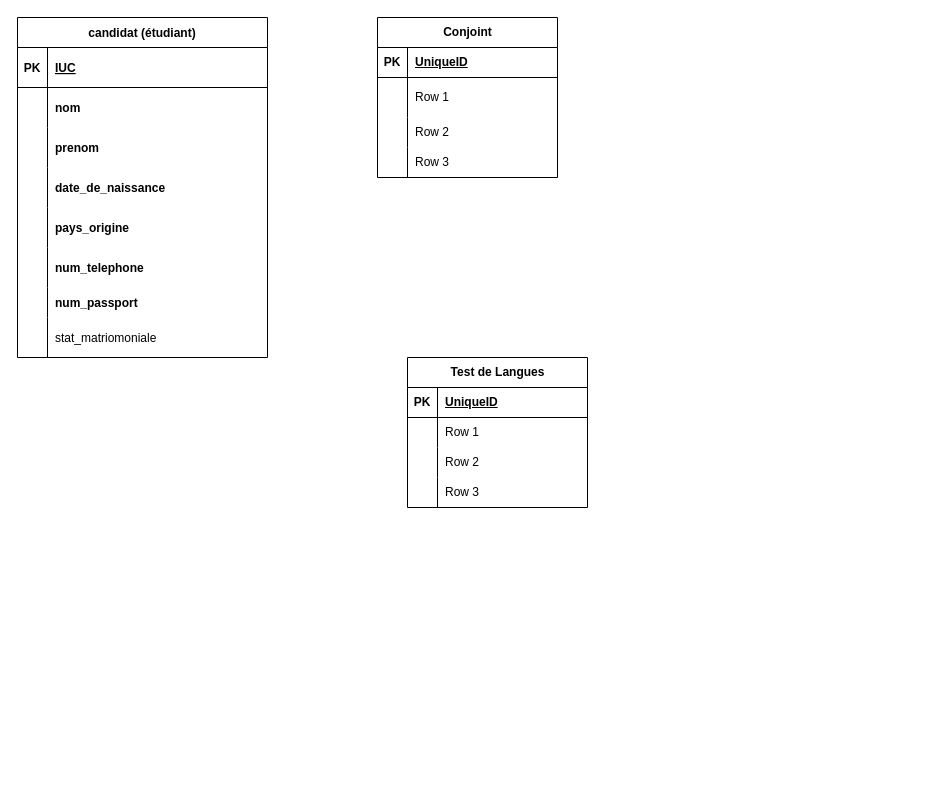
This is page "modèle relationelle" (2 of 2) of examen_mi_session/nikos_examen_mi_session.drawio from XxDxrkened/2079268_examen_mi_session, a draw.io file, before an edit. Source tidied: cells renumbered, new cells numbered last; positions are measured from the earlier drawing's top-left corner, leaving out a move shared by most shapes. Both pictures are drawn from the tidied source at 100%, with x=0, y=0 at pixel (17, 17).
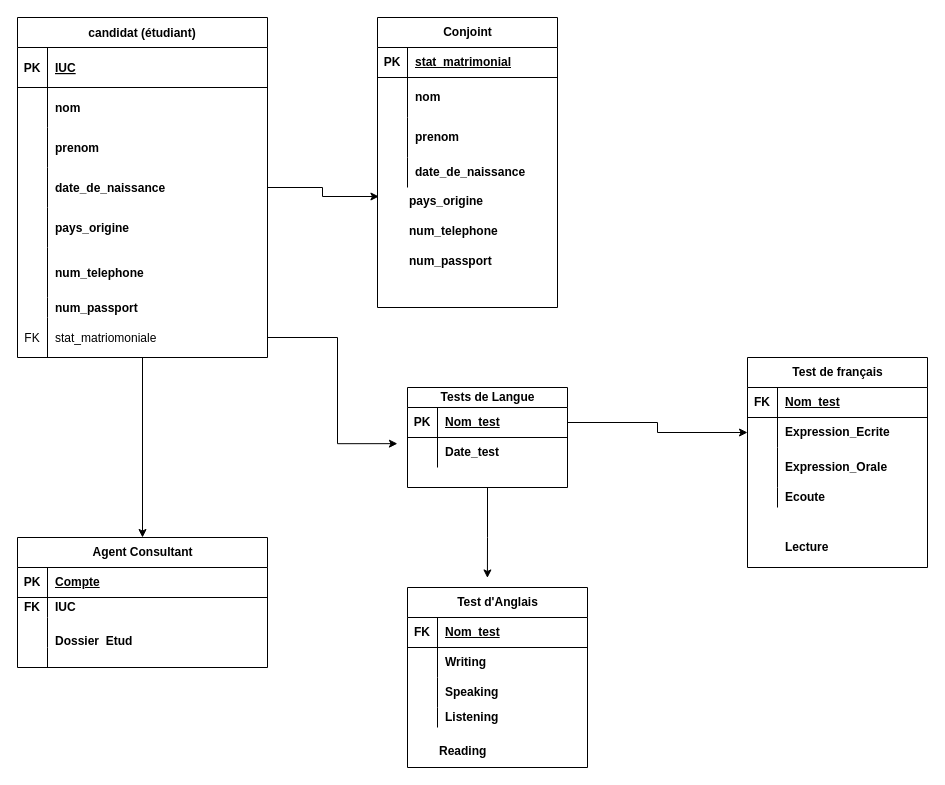
The same page after the edit.

The change refers to these unchanged cells:
```xml
<mxCell id="2" value="candidat (étudiant)" style="shape=table;startSize=30;childLayout=tableLayout;rowLines=0;fontStyle=1;align=center;" parent="1" vertex="1">
  <mxGeometry width="250" height="340" as="geometry" />
</mxCell>
<mxCell id="12" style="shape=partialRectangle;fillColor=none;points=[[0,0.5],[1,0.5]];portConstraint=eastwest;top=0;left=0;right=0;bottom=0;" parent="2" vertex="1">
  <mxGeometry y="150" width="250" height="40" as="geometry" />
</mxCell>
<mxCell id="24" style="shape=partialRectangle;fillColor=none;points=[[0,0.5],[1,0.5]];portConstraint=eastwest;top=0;left=0;right=0;bottom=0;" parent="2" vertex="1">
  <mxGeometry y="300" width="250" height="40" as="geometry" />
</mxCell>
<mxCell id="28" style="shape=tableRow;horizontal=0;startSize=0;swimlaneHead=0;swimlaneBody=0;fillColor=none;top=0;left=0;right=0;bottom=1;" parent="27" vertex="1">
  <mxGeometry y="30" width="180" height="30" as="geometry" />
</mxCell>
<mxCell id="31" style="shape=tableRow;horizontal=0;startSize=0;swimlaneHead=0;swimlaneBody=0;fillColor=none;top=0;left=0;right=0;bottom=0;" parent="27" vertex="1">
  <mxGeometry y="60" width="180" height="40" as="geometry" />
</mxCell>
<mxCell id="41" style="shape=tableRow;horizontal=0;startSize=0;swimlaneHead=0;swimlaneBody=0;fillColor=none;top=0;left=0;right=0;bottom=1;" parent="40" vertex="1">
  <mxGeometry y="30" width="180" height="30" as="geometry" />
</mxCell>
<mxCell id="44" style="shape=tableRow;horizontal=0;startSize=0;swimlaneHead=0;swimlaneBody=0;fillColor=none;points=[[0,0.5],[1,0.5]];portConstraint=eastwest;top=0;left=0;right=0;bottom=0;" parent="40" vertex="1">
  <mxGeometry y="60" width="180" height="30" as="geometry" />
</mxCell>
```

What changed in the source:
```diff
@@
+    <mxCell id="53" style="edgeStyle=orthogonalEdgeStyle;rounded=0;jettySize=auto;html=1;entryX=0.5;entryY=0;entryDx=0;entryDy=0;" parent="1" edge="1" source="2" target="54">
+      <mxGeometry relative="1" as="geometry" />
+    </mxCell>
@@
     <mxCell id="18" style="shape=partialRectangle;fillColor=none;top=0;left=0;right=0;bottom=0;" parent="2" vertex="1">
-      <mxGeometry y="230" width="250" height="40" as="geometry" />
+      <mxGeometry y="230" width="250" height="50" as="geometry" />
     </mxCell>
     <mxCell id="19" style="shape=partialRectangle;overflow=hidden;fillColor=none;top=0;left=0;bottom=0;right=0;" parent="18" vertex="1">
-      <mxGeometry width="30" height="40" as="geometry" />
+      <mxGeometry width="30" height="50" as="geometry" />
     </mxCell>
     <mxCell id="20" value="num_telephone" style="shape=partialRectangle;overflow=hidden;fillColor=none;top=0;left=0;bottom=0;right=0;align=left;spacingLeft=6;fontStyle=1;" parent="18" vertex="1">
-      <mxGeometry x="30" width="220" height="40" as="geometry" />
+      <mxGeometry x="30" width="220" height="50" as="geometry" />
     </mxCell>
     <mxCell id="21" style="shape=partialRectangle;fillColor=none;top=0;left=0;right=0;bottom=0;" parent="2" vertex="1">
-      <mxGeometry y="270" width="250" height="30" as="geometry" />
+      <mxGeometry y="280" width="250" height="20" as="geometry" />
     </mxCell>
     <mxCell id="22" style="shape=partialRectangle;overflow=hidden;fillColor=none;top=0;left=0;bottom=0;right=0;" parent="21" vertex="1">
-      <mxGeometry width="30" height="30" as="geometry" />
+      <mxGeometry width="30" height="20" as="geometry" />
     </mxCell>
     <mxCell id="23" value="num_passport" style="shape=partialRectangle;overflow=hidden;fillColor=none;top=0;left=0;bottom=0;right=0;align=left;spacingLeft=6;fontStyle=1;" parent="21" vertex="1">
-      <mxGeometry x="30" width="220" height="30" as="geometry" />
+      <mxGeometry x="30" width="220" height="20" as="geometry" />
     </mxCell>
@@
-    <mxCell id="25" style="shape=partialRectangle;overflow=hidden;fillColor=none;top=0;left=0;bottom=0;right=0;" parent="24" vertex="1">
+    <mxCell id="25" value="FK" style="shape=partialRectangle;overflow=hidden;fillColor=none;top=0;left=0;bottom=0;right=0;" parent="24" vertex="1">
       <mxGeometry width="30" height="40" as="geometry" />
     </mxCell>
@@
     <mxCell id="27" value="Conjoint" style="shape=table;startSize=30;childLayout=tableLayout;rowLines=0;fontStyle=1;align=center;html=1;" parent="1" vertex="1">
-      <mxGeometry x="360" width="180" height="160" as="geometry" />
+      <mxGeometry x="360" width="180" height="290" as="geometry" />
     </mxCell>
@@
-    <mxCell id="30" value="UniqueID" style="shape=partialRectangle;fillColor=none;top=0;left=0;bottom=0;right=0;align=left;spacingLeft=6;fontStyle=5;overflow=hidden;whiteSpace=wrap;html=1;" parent="28" vertex="1">
+    <mxCell id="30" value="stat_matrimonial" style="shape=partialRectangle;fillColor=none;top=0;left=0;bottom=0;right=0;align=left;spacingLeft=6;fontStyle=5;overflow=hidden;whiteSpace=wrap;html=1;" parent="28" vertex="1">
       <mxGeometry x="30" width="150" height="30" as="geometry" />
     </mxCell>
@@
-    <mxCell id="33" value="Row 1" style="shape=partialRectangle;fillColor=none;top=0;left=0;bottom=0;right=0;align=left;spacingLeft=6;overflow=hidden;whiteSpace=wrap;html=1;" parent="31" vertex="1">
+    <mxCell id="33" value="nom" style="shape=partialRectangle;fillColor=none;top=0;left=0;bottom=0;right=0;align=left;spacingLeft=6;overflow=hidden;whiteSpace=wrap;html=1;fontStyle=1;" parent="31" vertex="1">
       <mxGeometry x="30" width="150" height="40" as="geometry" />
     </mxCell>
     <mxCell id="34" style="shape=tableRow;horizontal=0;startSize=0;swimlaneHead=0;swimlaneBody=0;fillColor=none;top=0;left=0;right=0;bottom=0;" parent="27" vertex="1">
-      <mxGeometry y="100" width="180" height="30" as="geometry" />
+      <mxGeometry y="100" width="180" height="40" as="geometry" />
     </mxCell>
     <mxCell id="35" style="shape=partialRectangle;fillColor=none;top=0;left=0;bottom=0;right=0;overflow=hidden;whiteSpace=wrap;html=1;" parent="34" vertex="1">
-      <mxGeometry width="30" height="30" as="geometry" />
+      <mxGeometry width="30" height="40" as="geometry" />
     </mxCell>
-    <mxCell id="36" value="Row 2" style="shape=partialRectangle;fillColor=none;top=0;left=0;bottom=0;right=0;align=left;spacingLeft=6;overflow=hidden;whiteSpace=wrap;html=1;" parent="34" vertex="1">
-      <mxGeometry x="30" width="150" height="30" as="geometry" />
+    <mxCell id="36" value="prenom" style="shape=partialRectangle;fillColor=none;top=0;left=0;bottom=0;right=0;align=left;spacingLeft=6;overflow=hidden;whiteSpace=wrap;html=1;fontStyle=1;" parent="34" vertex="1">
+      <mxGeometry x="30" width="150" height="40" as="geometry" />
     </mxCell>
     <mxCell id="37" style="shape=tableRow;horizontal=0;startSize=0;swimlaneHead=0;swimlaneBody=0;fillColor=none;points=[[0,0.5],[1,0.5]];portConstraint=eastwest;top=0;left=0;right=0;bottom=0;" parent="27" vertex="1">
-      <mxGeometry y="130" width="180" height="30" as="geometry" />
+      <mxGeometry y="140" width="180" height="30" as="geometry" />
     </mxCell>
@@
-    <mxCell id="39" value="Row 3" style="shape=partialRectangle;fillColor=none;top=0;left=0;bottom=0;right=0;align=left;spacingLeft=6;overflow=hidden;whiteSpace=wrap;html=1;" parent="37" vertex="1">
+    <mxCell id="39" value="date_de_naissance" style="shape=partialRectangle;fillColor=none;top=0;left=0;bottom=0;right=0;align=left;spacingLeft=6;overflow=hidden;whiteSpace=wrap;html=1;fontStyle=1;" parent="37" vertex="1">
       <mxGeometry x="30" width="150" height="30" as="geometry" />
     </mxCell>
-    <mxCell id="40" value="Test de Langues" style="shape=table;startSize=30;childLayout=tableLayout;rowLines=0;fontStyle=1;align=center;html=1;" parent="1" vertex="1">
-      <mxGeometry x="390" y="340" width="180" height="150" as="geometry" />
+    <mxCell id="40" value="Test de français" style="shape=table;startSize=30;childLayout=tableLayout;rowLines=0;fontStyle=1;align=center;html=1;" parent="1" vertex="1">
+      <mxGeometry x="730" y="340" width="180" height="210" as="geometry" />
     </mxCell>
@@
-    <mxCell id="42" value="PK" style="shape=partialRectangle;fillColor=none;top=0;left=0;bottom=0;right=0;fontStyle=1;overflow=hidden;whiteSpace=wrap;html=1;" parent="41" vertex="1">
+    <mxCell id="42" value="FK" style="shape=partialRectangle;fillColor=none;top=0;left=0;bottom=0;right=0;fontStyle=1;overflow=hidden;whiteSpace=wrap;html=1;" parent="41" vertex="1">
       <mxGeometry width="30" height="30" as="geometry" />
     </mxCell>
-    <mxCell id="43" value="UniqueID" style="shape=partialRectangle;fillColor=none;top=0;left=0;bottom=0;right=0;align=left;spacingLeft=6;fontStyle=5;overflow=hidden;whiteSpace=wrap;html=1;" parent="41" vertex="1">
+    <mxCell id="43" value="Nom_test" style="shape=partialRectangle;fillColor=none;top=0;left=0;bottom=0;right=0;align=left;spacingLeft=6;fontStyle=5;overflow=hidden;whiteSpace=wrap;html=1;" parent="41" vertex="1">
       <mxGeometry x="30" width="150" height="30" as="geometry" />
     </mxCell>
@@
-    <mxCell id="46" value="Row 1" style="shape=partialRectangle;fillColor=none;top=0;left=0;bottom=0;right=0;align=left;spacingLeft=6;overflow=hidden;whiteSpace=wrap;html=1;" parent="44" vertex="1">
+    <mxCell id="46" value="Expression_Ecrite" style="shape=partialRectangle;fillColor=none;top=0;left=0;bottom=0;right=0;align=left;spacingLeft=6;overflow=hidden;whiteSpace=wrap;html=1;fontStyle=1;" parent="44" vertex="1">
       <mxGeometry x="30" width="150" height="30" as="geometry" />
     </mxCell>
     <mxCell id="47" style="shape=tableRow;horizontal=0;startSize=0;swimlaneHead=0;swimlaneBody=0;fillColor=none;top=0;left=0;right=0;bottom=0;" parent="40" vertex="1">
-      <mxGeometry y="90" width="180" height="30" as="geometry" />
+      <mxGeometry y="90" width="180" height="40" as="geometry" />
     </mxCell>
     <mxCell id="48" style="shape=partialRectangle;fillColor=none;top=0;left=0;bottom=0;right=0;overflow=hidden;whiteSpace=wrap;html=1;" parent="47" vertex="1">
-      <mxGeometry width="30" height="30" as="geometry" />
+      <mxGeometry width="30" height="40" as="geometry" />
     </mxCell>
-    <mxCell id="49" value="Row 2" style="shape=partialRectangle;fillColor=none;top=0;left=0;bottom=0;right=0;align=left;spacingLeft=6;overflow=hidden;whiteSpace=wrap;html=1;" parent="47" vertex="1">
-      <mxGeometry x="30" width="150" height="30" as="geometry" />
+    <mxCell id="49" value="Expression_Orale" style="shape=partialRectangle;fillColor=none;top=0;left=0;bottom=0;right=0;align=left;spacingLeft=6;overflow=hidden;whiteSpace=wrap;html=1;fontStyle=1;" parent="47" vertex="1">
+      <mxGeometry x="30" width="150" height="40" as="geometry" />
     </mxCell>
-    <mxCell id="50" style="shape=tableRow;horizontal=0;startSize=0;swimlaneHead=0;swimlaneBody=0;fillColor=none;top=0;left=0;right=0;bottom=0;" parent="40" vertex="1">
-      <mxGeometry y="120" width="180" height="30" as="geometry" />
+    <mxCell id="50" style="shape=tableRow;horizontal=0;startSize=0;swimlaneHead=0;swimlaneBody=0;fillColor=none;top=0;left=0;right=0;bottom=0;fontStyle=1;" parent="40" vertex="1">
+      <mxGeometry y="130" width="180" height="20" as="geometry" />
     </mxCell>
     <mxCell id="51" style="shape=partialRectangle;fillColor=none;top=0;left=0;bottom=0;right=0;overflow=hidden;whiteSpace=wrap;html=1;" parent="50" vertex="1">
-      <mxGeometry width="30" height="30" as="geometry" />
+      <mxGeometry width="30" height="20" as="geometry" />
     </mxCell>
-    <mxCell id="52" value="Row 3" style="shape=partialRectangle;fillColor=none;top=0;left=0;bottom=0;right=0;align=left;spacingLeft=6;overflow=hidden;whiteSpace=wrap;html=1;" parent="50" vertex="1">
-      <mxGeometry x="30" width="150" height="30" as="geometry" />
+    <mxCell id="52" value="Ecoute" style="shape=partialRectangle;fillColor=none;top=0;left=0;bottom=0;right=0;align=left;spacingLeft=6;overflow=hidden;whiteSpace=wrap;html=1;fontStyle=1;" parent="50" vertex="1">
+      <mxGeometry x="30" width="150" height="20" as="geometry" />
     </mxCell>
+    <mxCell id="54" value="Agent Consultant" style="shape=table;startSize=30;childLayout=tableLayout;rowLines=0;fontStyle=1;align=center;html=1;" parent="1" vertex="1">
+      <mxGeometry y="520" width="250" height="130" as="geometry" />
+    </mxCell>
+    <mxCell id="55" style="shape=tableRow;horizontal=0;startSize=0;swimlaneHead=0;swimlaneBody=0;fillColor=none;top=0;left=0;right=0;bottom=1;" parent="54" vertex="1">
+      <mxGeometry y="30" width="250" height="30" as="geometry" />
+    </mxCell>
+    <mxCell id="56" value="PK" style="shape=partialRectangle;fillColor=none;top=0;left=0;bottom=0;right=0;fontStyle=1;overflow=hidden;whiteSpace=wrap;html=1;" parent="55" vertex="1">
+      <mxGeometry width="30" height="30" as="geometry" />
+    </mxCell>
+    <mxCell id="57" value="Compte" style="shape=partialRectangle;fillColor=none;top=0;left=0;bottom=0;right=0;align=left;spacingLeft=6;fontStyle=5;overflow=hidden;whiteSpace=wrap;html=1;" parent="55" vertex="1">
+      <mxGeometry x="30" width="220" height="30" as="geometry" />
+    </mxCell>
+    <mxCell id="58" style="shape=tableRow;horizontal=0;startSize=0;swimlaneHead=0;swimlaneBody=0;fillColor=none;top=0;left=0;right=0;bottom=0;" parent="54" vertex="1">
+      <mxGeometry y="60" width="250" height="20" as="geometry" />
+    </mxCell>
+    <mxCell id="59" value="FK" style="shape=partialRectangle;fillColor=none;top=0;left=0;bottom=0;right=0;overflow=hidden;whiteSpace=wrap;html=1;fontStyle=1;" parent="58" vertex="1">
+      <mxGeometry width="30" height="20" as="geometry" />
+    </mxCell>
+    <mxCell id="60" value="IUC" style="shape=partialRectangle;fillColor=none;top=0;left=0;bottom=0;right=0;align=left;spacingLeft=6;overflow=hidden;whiteSpace=wrap;html=1;fontStyle=1;" parent="58" vertex="1">
+      <mxGeometry x="30" width="220" height="20" as="geometry" />
+    </mxCell>
+    <mxCell id="61" style="shape=tableRow;horizontal=0;startSize=0;swimlaneHead=0;swimlaneBody=0;fillColor=none;top=0;left=0;right=0;bottom=0;" parent="54" vertex="1">
+      <mxGeometry y="80" width="250" height="30" as="geometry" />
+    </mxCell>
+    <mxCell id="62" style="shape=partialRectangle;fillColor=none;top=0;left=0;bottom=0;right=0;overflow=hidden;whiteSpace=wrap;html=1;" parent="61" vertex="1">
+      <mxGeometry width="30" height="30" as="geometry" />
+    </mxCell>
+    <mxCell id="63" value="&#10;Dossier_Etud&#10;&#10;" style="shape=partialRectangle;fillColor=none;top=0;left=0;bottom=0;right=0;align=left;spacingLeft=6;overflow=hidden;whiteSpace=wrap;html=1;fontStyle=1;" parent="61" vertex="1">
+      <mxGeometry x="30" width="220" height="30" as="geometry" />
+    </mxCell>
+    <mxCell id="64" style="shape=tableRow;horizontal=0;startSize=0;swimlaneHead=0;swimlaneBody=0;fillColor=none;top=0;left=0;right=0;bottom=0;" parent="54" vertex="1">
+      <mxGeometry y="110" width="250" height="20" as="geometry" />
+    </mxCell>
+    <mxCell id="65" style="shape=partialRectangle;fillColor=none;top=0;left=0;bottom=0;right=0;overflow=hidden;whiteSpace=wrap;html=1;" parent="64" vertex="1">
+      <mxGeometry width="30" height="20" as="geometry" />
+    </mxCell>
+    <mxCell id="66" style="shape=partialRectangle;fillColor=none;top=0;left=0;bottom=0;right=0;align=left;spacingLeft=6;overflow=hidden;whiteSpace=wrap;html=1;" parent="64" vertex="1">
+      <mxGeometry x="30" width="220" height="20" as="geometry" />
+    </mxCell>
+    <mxCell id="67" style="edgeStyle=orthogonalEdgeStyle;rounded=0;jettySize=auto;html=1;entryX=0.444;entryY=-0.053;entryDx=0;entryDy=0;entryPerimeter=0;" parent="1" edge="1" source="68" target="75">
+      <mxGeometry relative="1" as="geometry" />
+    </mxCell>
+    <mxCell id="68" value="Tests de Langue" style="shape=table;startSize=20;childLayout=tableLayout;rowLines=0;fontStyle=1;align=center;html=1;" parent="1" vertex="1">
+      <mxGeometry x="390" y="370" width="160" height="100" as="geometry" />
+    </mxCell>
+    <mxCell id="69" style="shape=tableRow;horizontal=0;startSize=0;swimlaneHead=0;swimlaneBody=0;fillColor=none;points=[[0,0.5],[1,0.5]];portConstraint=eastwest;top=0;left=0;right=0;bottom=1;" parent="68" vertex="1">
+      <mxGeometry y="20" width="160" height="30" as="geometry" />
+    </mxCell>
+    <mxCell id="70" value="PK" style="shape=partialRectangle;fillColor=none;top=0;left=0;bottom=0;right=0;fontStyle=1;overflow=hidden;whiteSpace=wrap;html=1;" parent="69" vertex="1">
+      <mxGeometry width="30" height="30" as="geometry" />
+    </mxCell>
+    <mxCell id="71" value="Nom_test" style="shape=partialRectangle;fillColor=none;top=0;left=0;bottom=0;right=0;align=left;spacingLeft=6;fontStyle=5;overflow=hidden;whiteSpace=wrap;html=1;" parent="69" vertex="1">
+      <mxGeometry x="30" width="130" height="30" as="geometry" />
+    </mxCell>
+    <mxCell id="72" style="shape=tableRow;horizontal=0;startSize=0;swimlaneHead=0;swimlaneBody=0;fillColor=none;points=[[0,0.5],[1,0.5]];portConstraint=eastwest;top=0;left=0;right=0;bottom=0;" parent="68" vertex="1">
+      <mxGeometry y="50" width="160" height="30" as="geometry" />
+    </mxCell>
+    <mxCell id="73" style="shape=partialRectangle;fillColor=none;top=0;left=0;bottom=0;right=0;overflow=hidden;whiteSpace=wrap;html=1;" parent="72" vertex="1">
+      <mxGeometry width="30" height="30" as="geometry" />
+    </mxCell>
+    <mxCell id="74" value="Date_test" style="shape=partialRectangle;fillColor=none;top=0;left=0;bottom=0;right=0;align=left;spacingLeft=6;overflow=hidden;whiteSpace=wrap;html=1;fontStyle=1;" parent="72" vertex="1">
+      <mxGeometry x="30" width="130" height="30" as="geometry" />
+    </mxCell>
+    <mxCell id="75" value="Test d'Anglais" style="shape=table;startSize=30;childLayout=tableLayout;rowLines=0;fontStyle=1;align=center;html=1;" parent="1" vertex="1">
+      <mxGeometry x="390" y="570" width="180" height="180" as="geometry" />
+    </mxCell>
+    <mxCell id="76" style="shape=tableRow;horizontal=0;startSize=0;swimlaneHead=0;swimlaneBody=0;fillColor=none;top=0;left=0;right=0;bottom=1;" parent="75" vertex="1">
+      <mxGeometry y="30" width="180" height="30" as="geometry" />
+    </mxCell>
+    <mxCell id="77" value="FK" style="shape=partialRectangle;fillColor=none;top=0;left=0;bottom=0;right=0;fontStyle=1;overflow=hidden;whiteSpace=wrap;html=1;" parent="76" vertex="1">
+      <mxGeometry width="30" height="30" as="geometry" />
+    </mxCell>
+    <mxCell id="78" value="Nom_test" style="shape=partialRectangle;fillColor=none;top=0;left=0;bottom=0;right=0;align=left;spacingLeft=6;fontStyle=5;overflow=hidden;whiteSpace=wrap;html=1;" parent="76" vertex="1">
+      <mxGeometry x="30" width="150" height="30" as="geometry" />
+    </mxCell>
+    <mxCell id="79" style="shape=tableRow;horizontal=0;startSize=0;swimlaneHead=0;swimlaneBody=0;fillColor=none;top=0;left=0;right=0;bottom=0;" parent="75" vertex="1">
+      <mxGeometry y="60" width="180" height="30" as="geometry" />
+    </mxCell>
+    <mxCell id="80" style="shape=partialRectangle;fillColor=none;top=0;left=0;bottom=0;right=0;overflow=hidden;whiteSpace=wrap;html=1;" parent="79" vertex="1">
+      <mxGeometry width="30" height="30" as="geometry" />
+    </mxCell>
+    <mxCell id="81" value="Writing" style="shape=partialRectangle;fillColor=none;top=0;left=0;bottom=0;right=0;align=left;spacingLeft=6;overflow=hidden;whiteSpace=wrap;html=1;fontStyle=1;" parent="79" vertex="1">
+      <mxGeometry x="30" width="150" height="30" as="geometry" />
+    </mxCell>
+    <mxCell id="82" style="shape=tableRow;horizontal=0;startSize=0;swimlaneHead=0;swimlaneBody=0;fillColor=none;top=0;left=0;right=0;bottom=0;" parent="75" vertex="1">
+      <mxGeometry y="90" width="180" height="30" as="geometry" />
+    </mxCell>
+    <mxCell id="83" style="shape=partialRectangle;fillColor=none;top=0;left=0;bottom=0;right=0;overflow=hidden;whiteSpace=wrap;html=1;" parent="82" vertex="1">
+      <mxGeometry width="30" height="30" as="geometry" />
+    </mxCell>
+    <mxCell id="84" value="Speaking" style="shape=partialRectangle;fillColor=none;top=0;left=0;bottom=0;right=0;align=left;spacingLeft=6;overflow=hidden;whiteSpace=wrap;html=1;fontStyle=1;" parent="82" vertex="1">
+      <mxGeometry x="30" width="150" height="30" as="geometry" />
+    </mxCell>
+    <mxCell id="85" style="shape=tableRow;horizontal=0;startSize=0;swimlaneHead=0;swimlaneBody=0;fillColor=none;top=0;left=0;right=0;bottom=0;" parent="75" vertex="1">
+      <mxGeometry y="120" width="180" height="20" as="geometry" />
+    </mxCell>
+    <mxCell id="86" style="shape=partialRectangle;fillColor=none;top=0;left=0;bottom=0;right=0;overflow=hidden;whiteSpace=wrap;html=1;" parent="85" vertex="1">
+      <mxGeometry width="30" height="20" as="geometry" />
+    </mxCell>
+    <mxCell id="87" value="Listening" style="shape=partialRectangle;fillColor=none;top=0;left=0;bottom=0;right=0;align=left;spacingLeft=6;overflow=hidden;whiteSpace=wrap;html=1;fontStyle=1;" parent="85" vertex="1">
+      <mxGeometry x="30" width="150" height="20" as="geometry" />
+    </mxCell>
+    <mxCell id="88" style="shape=tableRow;horizontal=0;startSize=0;swimlaneHead=0;swimlaneBody=0;fillColor=none;top=0;left=0;right=0;bottom=0;" parent="1" vertex="1">
+      <mxGeometry x="450" y="610" width="250" height="30" as="geometry" />
+    </mxCell>
+    <mxCell id="89" style="shape=partialRectangle;fillColor=none;top=0;left=0;bottom=0;right=0;overflow=hidden;whiteSpace=wrap;html=1;" parent="88" vertex="1">
+      <mxGeometry width="30" height="30" as="geometry" />
+    </mxCell>
+    <mxCell id="90" value="Lecture" style="shape=partialRectangle;fillColor=none;top=0;left=0;bottom=0;right=0;align=left;spacingLeft=6;overflow=hidden;whiteSpace=wrap;html=1;fontStyle=1;" parent="1" vertex="1">
+      <mxGeometry x="760" y="510" width="150" height="40" as="geometry" />
+    </mxCell>
+    <mxCell id="91" value="pays_origine&lt;div&gt;&lt;br&gt;&lt;/div&gt;" style="text;whiteSpace=wrap;html=1;fontStyle=1;" parent="1" vertex="1">
+      <mxGeometry x="390" y="170" width="140" height="40" as="geometry" />
+    </mxCell>
+    <mxCell id="92" value="num_telephone" style="text;whiteSpace=wrap;html=1;fontStyle=1;" parent="1" vertex="1">
+      <mxGeometry x="390" y="200" width="120" height="40" as="geometry" />
+    </mxCell>
+    <mxCell id="93" value="num_passport&lt;div&gt;&lt;br&gt;&lt;/div&gt;" style="text;whiteSpace=wrap;html=1;fontStyle=1;" parent="1" vertex="1">
+      <mxGeometry x="390" y="230" width="120" height="40" as="geometry" />
+    </mxCell>
+    <mxCell id="94" style="edgeStyle=orthogonalEdgeStyle;rounded=0;jettySize=auto;html=1;entryX=0.008;entryY=1.3;entryDx=0;entryDy=0;entryPerimeter=0;" parent="1" edge="1" source="12" target="37">
+      <mxGeometry relative="1" as="geometry" />
+    </mxCell>
+    <mxCell id="95" style="edgeStyle=orthogonalEdgeStyle;rounded=0;jettySize=auto;html=1;entryX=-0.063;entryY=0.205;entryDx=0;entryDy=0;entryPerimeter=0;" parent="1" edge="1" source="24" target="72">
+      <mxGeometry relative="1" as="geometry" />
+    </mxCell>
+    <mxCell id="96" style="edgeStyle=orthogonalEdgeStyle;rounded=0;jettySize=auto;html=1;entryX=0;entryY=0.5;entryDx=0;entryDy=0;" parent="1" edge="1" source="69" target="44">
+      <mxGeometry relative="1" as="geometry" />
+    </mxCell>
+    <mxCell id="97" value="Reading" style="text;whiteSpace=wrap;html=1;fontStyle=1;" parent="1" vertex="1">
+      <mxGeometry x="420" y="720" width="140" height="30" as="geometry" />
+    </mxCell>
```
